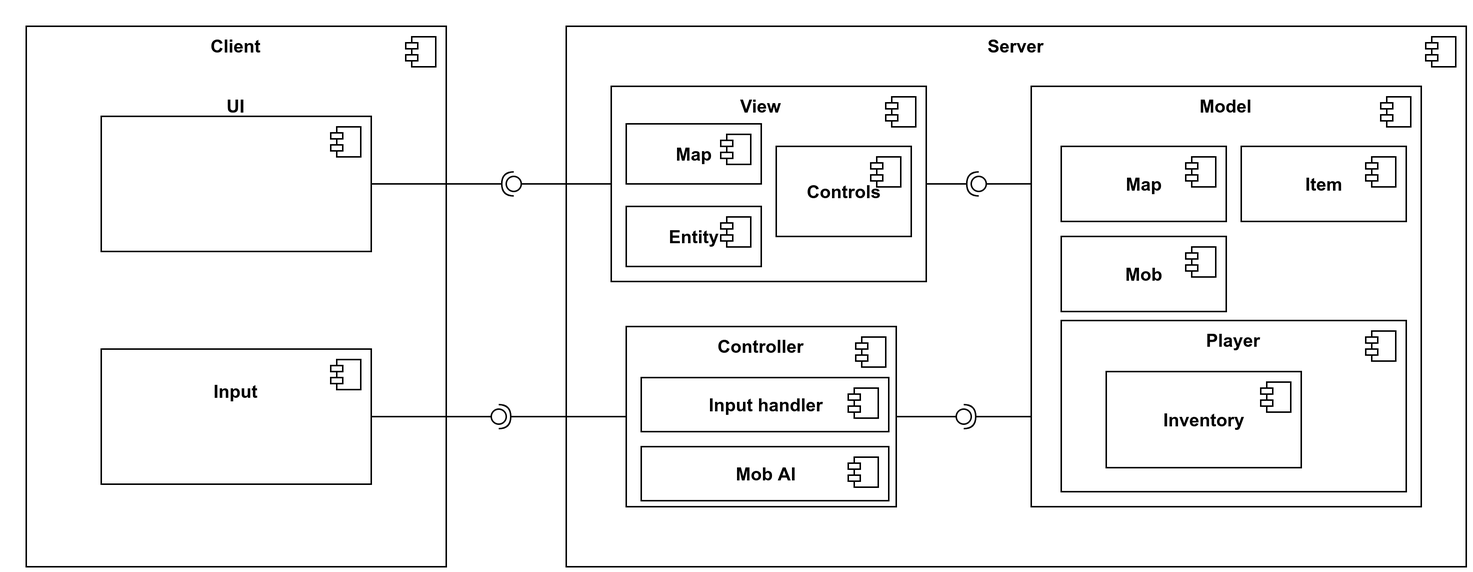
This is docs/components.png from ekiuled/roguelike, a draw.io export, as it was before one commit. Source tidied: cells renumbered, new cells last; positions are measured from the earlier drawing's top-left corner, leaving out a move shared by most shapes.
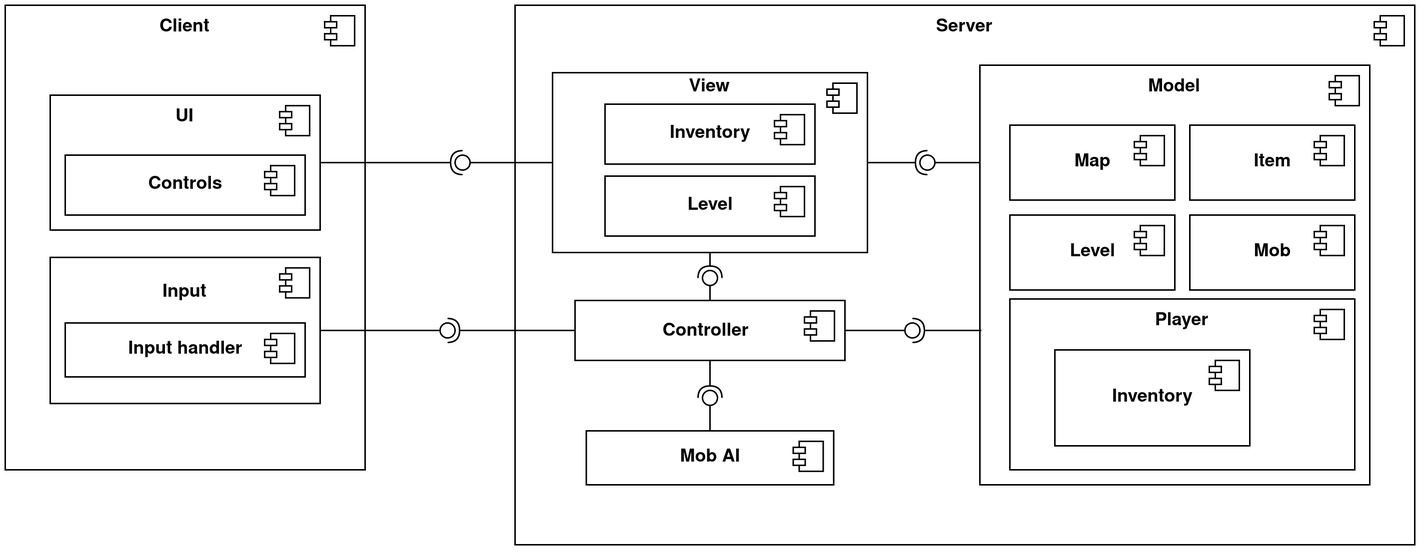
After the change.

The edit, as a diff of the source:
```diff
@@ -3,7 +3,7 @@
     <mxCell id="0" />
     <mxCell id="1" parent="0" />
     <mxCell id="2" style="html=1;" parent="1" vertex="1">
-      <mxGeometry width="280" height="360" as="geometry" />
+      <mxGeometry x="20" width="240" height="310" as="geometry" />
     </mxCell>
     <mxCell id="3" style="shape=module;jettyWidth=8;jettyHeight=4;" parent="2" vertex="1">
       <mxGeometry x="1" width="20" height="20" relative="1" as="geometry">
@@ -33,7 +33,7 @@
       </mxGeometry>
     </mxCell>
     <mxCell id="10" style="html=1;" parent="1" vertex="1">
-      <mxGeometry x="50" y="215" width="180" height="90" as="geometry" />
+      <mxGeometry x="50" y="168.2" width="180" height="97.5" as="geometry" />
     </mxCell>
     <mxCell id="11" style="shape=module;jettyWidth=8;jettyHeight=4;" parent="10" vertex="1">
       <mxGeometry x="1" width="20" height="20" relative="1" as="geometry">
@@ -41,33 +41,22 @@
       </mxGeometry>
     </mxCell>
     <mxCell id="12" value="UI" style="text;align=center;fontStyle=1;verticalAlign=middle;spacingLeft=3;spacingRight=3;strokeColor=none;" parent="1" vertex="1">
-      <mxGeometry x="100" y="40" width="80" height="26" as="geometry" />
+      <mxGeometry x="100" y="60" width="80" height="26" as="geometry" />
     </mxCell>
     <mxCell id="13" value="Input" style="text;align=center;fontStyle=1;verticalAlign=middle;spacingLeft=3;spacingRight=3;strokeColor=none;" parent="1" vertex="1">
-      <mxGeometry x="100" y="230" width="80" height="26" as="geometry" />
+      <mxGeometry x="100" y="177" width="80" height="26" as="geometry" />
     </mxCell>
     <mxCell id="14" style="html=1;" parent="1" vertex="1">
-      <mxGeometry x="390" y="40" width="210" height="130" as="geometry" />
+      <mxGeometry x="385" y="45" width="210" height="120" as="geometry" />
     </mxCell>
     <mxCell id="15" style="shape=module;jettyWidth=8;jettyHeight=4;" parent="14" vertex="1">
       <mxGeometry x="1" width="20" height="20" relative="1" as="geometry">
         <mxPoint x="-27" y="7" as="offset" />
       </mxGeometry>
     </mxCell>
-    <mxCell id="16" style="html=1;" parent="1" vertex="1">
-      <mxGeometry x="400" y="200" width="180" height="120" as="geometry" />
-    </mxCell>
-    <mxCell id="17" style="shape=module;jettyWidth=8;jettyHeight=4;" parent="16" vertex="1">
-      <mxGeometry x="1" width="20" height="20" relative="1" as="geometry">
-        <mxPoint x="-27" y="7" as="offset" />
-      </mxGeometry>
-    </mxCell>
     <mxCell id="18" value="View" style="text;align=center;fontStyle=1;verticalAlign=middle;spacingLeft=3;spacingRight=3;strokeColor=none;" parent="1" vertex="1">
       <mxGeometry x="450" y="40" width="80" height="26" as="geometry" />
     </mxCell>
-    <mxCell id="19" value="Controller" style="text;align=center;fontStyle=1;verticalAlign=middle;spacingLeft=3;spacingRight=3;strokeColor=none;" parent="1" vertex="1">
-      <mxGeometry x="450" y="200" width="80" height="26" as="geometry" />
-    </mxCell>
     <mxCell id="20" style="html=1;" parent="1" vertex="1">
       <mxGeometry x="670" y="40" width="260" height="280" as="geometry" />
     </mxCell>
@@ -86,7 +75,7 @@
       <mxGeometry relative="1" as="geometry" />
     </mxCell>
     <mxCell id="25" style="ellipse;whiteSpace=wrap;html=1;fontFamily=Helvetica;fontSize=12;fontColor=#000000;align=center;strokeColor=#000000;fillColor=#ffffff;points=[];" parent="1" vertex="1">
-      <mxGeometry x="310" y="255" width="10" height="10" as="geometry" />
+      <mxGeometry x="310" y="212" width="10" height="10" as="geometry" />
     </mxCell>
     <mxCell id="26" style="rounded=0;jettySize=auto;html=1;endArrow=none;endFill=0;exitX=0;exitY=0.5;exitDx=0;exitDy=0;" parent="1" edge="1" source="14" target="28">
       <mxGeometry relative="1" as="geometry" />
@@ -102,11 +91,11 @@
     </mxCell>
     <mxCell id="30" style="rounded=0;jettySize=auto;html=1;endArrow=halfCircle;endFill=0;entryX=0.5;entryY=0.5;entryDx=0;entryDy=0;endSize=6;strokeWidth=1;" parent="1" edge="1" target="31">
       <mxGeometry relative="1" as="geometry">
-        <mxPoint x="670" y="260" as="sourcePoint" />
+        <mxPoint x="671" y="217" as="sourcePoint" />
       </mxGeometry>
     </mxCell>
     <mxCell id="31" style="ellipse;whiteSpace=wrap;html=1;fontFamily=Helvetica;fontSize=12;fontColor=#000000;align=center;strokeColor=#000000;fillColor=#ffffff;points=[];" parent="1" vertex="1">
-      <mxGeometry x="620" y="255" width="10" height="10" as="geometry" />
+      <mxGeometry x="620" y="212" width="10" height="10" as="geometry" />
     </mxCell>
     <mxCell id="32" style="rounded=0;jettySize=auto;html=1;endArrow=none;endFill=0;exitX=0.001;exitY=0.232;exitDx=0;exitDy=0;exitPerimeter=0;" parent="1" edge="1" source="20" target="34">
       <mxGeometry relative="1" as="geometry" />
@@ -126,7 +115,7 @@
       </mxGeometry>
     </mxCell>
     <mxCell id="37" value="&lt;b&gt;Mob&lt;/b&gt;" style="html=1;" parent="1" vertex="1">
-      <mxGeometry x="690" y="140" width="110" height="50" as="geometry" />
+      <mxGeometry x="810" y="140" width="110" height="50" as="geometry" />
     </mxCell>
     <mxCell id="38" style="shape=module;jettyWidth=8;jettyHeight=4;" parent="37" vertex="1">
       <mxGeometry x="1" width="20" height="20" relative="1" as="geometry">
@@ -160,24 +149,8 @@
         <mxPoint x="-27" y="7" as="offset" />
       </mxGeometry>
     </mxCell>
-    <mxCell id="46" value="&lt;b&gt;Map&lt;/b&gt;" style="html=1;" parent="1" vertex="1">
-      <mxGeometry x="400" y="65" width="90" height="40" as="geometry" />
-    </mxCell>
-    <mxCell id="47" style="shape=module;jettyWidth=8;jettyHeight=4;" parent="46" vertex="1">
-      <mxGeometry x="1" width="20" height="20" relative="1" as="geometry">
-        <mxPoint x="-27" y="7" as="offset" />
-      </mxGeometry>
-    </mxCell>
-    <mxCell id="48" value="&lt;b&gt;Entity&lt;/b&gt;" style="html=1;" parent="1" vertex="1">
-      <mxGeometry x="400" y="120" width="90" height="40" as="geometry" />
-    </mxCell>
-    <mxCell id="49" style="shape=module;jettyWidth=8;jettyHeight=4;" parent="48" vertex="1">
-      <mxGeometry x="1" width="20" height="20" relative="1" as="geometry">
-        <mxPoint x="-27" y="7" as="offset" />
-      </mxGeometry>
-    </mxCell>
     <mxCell id="50" value="&lt;b&gt;Controls&lt;/b&gt;" style="html=1;" parent="1" vertex="1">
-      <mxGeometry x="500" y="80" width="90" height="60" as="geometry" />
+      <mxGeometry x="60" y="100" width="160" height="40" as="geometry" />
     </mxCell>
     <mxCell id="51" style="shape=module;jettyWidth=8;jettyHeight=4;" parent="50" vertex="1">
       <mxGeometry x="1" width="20" height="20" relative="1" as="geometry">
@@ -185,7 +158,7 @@
       </mxGeometry>
     </mxCell>
     <mxCell id="52" value="&lt;b&gt;Mob AI&lt;/b&gt;" style="html=1;" parent="1" vertex="1">
-      <mxGeometry x="410" y="280" width="165" height="36" as="geometry" />
+      <mxGeometry x="407.5" y="284" width="165" height="36" as="geometry" />
     </mxCell>
     <mxCell id="53" style="shape=module;jettyWidth=8;jettyHeight=4;" parent="52" vertex="1">
       <mxGeometry x="1" width="20" height="20" relative="1" as="geometry">
@@ -193,12 +166,71 @@
       </mxGeometry>
     </mxCell>
     <mxCell id="54" value="&lt;b&gt;Input handler&lt;/b&gt;" style="html=1;" parent="1" vertex="1">
-      <mxGeometry x="410" y="234" width="165" height="36" as="geometry" />
+      <mxGeometry x="60" y="212" width="160" height="36" as="geometry" />
     </mxCell>
     <mxCell id="55" style="shape=module;jettyWidth=8;jettyHeight=4;" parent="54" vertex="1">
       <mxGeometry x="1" width="20" height="20" relative="1" as="geometry">
         <mxPoint x="-27" y="7" as="offset" />
       </mxGeometry>
     </mxCell>
+    <mxCell id="56" style="edgeStyle=orthogonalEdgeStyle;rounded=0;orthogonalLoop=1;jettySize=auto;html=1;exitX=0.5;exitY=1;exitDx=0;exitDy=0;" parent="1" edge="1" source="14" target="14">
+      <mxGeometry relative="1" as="geometry" />
+    </mxCell>
+    <mxCell id="57" value="&lt;b&gt;Inventory&lt;/b&gt;" style="html=1;" parent="1" vertex="1">
+      <mxGeometry x="420" y="66" width="140" height="40" as="geometry" />
+    </mxCell>
+    <mxCell id="58" style="shape=module;jettyWidth=8;jettyHeight=4;" parent="57" vertex="1">
+      <mxGeometry x="1" width="20" height="20" relative="1" as="geometry">
+        <mxPoint x="-27" y="7" as="offset" />
+      </mxGeometry>
+    </mxCell>
+    <mxCell id="59" style="group;" parent="1" vertex="1">
+      <mxGeometry x="400" y="197" width="180" height="40" as="geometry" />
+    </mxCell>
+    <mxCell id="16" style="html=1;" parent="59" vertex="1">
+      <mxGeometry width="180" height="40" as="geometry" />
+    </mxCell>
+    <mxCell id="17" style="shape=module;jettyWidth=8;jettyHeight=4;" parent="16" vertex="1">
+      <mxGeometry x="1" width="20" height="20" relative="1" as="geometry">
+        <mxPoint x="-27" y="7" as="offset" />
+      </mxGeometry>
+    </mxCell>
+    <mxCell id="19" value="Controller" style="text;align=center;fontStyle=1;verticalAlign=middle;spacingLeft=3;spacingRight=3;strokeColor=none;" parent="59" vertex="1">
+      <mxGeometry x="47.5" y="6" width="80" height="26" as="geometry" />
+    </mxCell>
+    <mxCell id="60" style="rounded=0;jettySize=auto;html=1;endArrow=none;endFill=0;exitX=0.5;exitY=0;exitDx=0;exitDy=0;" parent="1" edge="1" source="52" target="62">
+      <mxGeometry relative="1" as="geometry" />
+    </mxCell>
+    <mxCell id="61" style="rounded=0;jettySize=auto;html=1;endArrow=halfCircle;endFill=0;entryX=0.5;entryY=0.5;entryDx=0;entryDy=0;endSize=6;strokeWidth=1;exitX=0.5;exitY=1;exitDx=0;exitDy=0;" parent="1" edge="1" source="16" target="62">
+      <mxGeometry relative="1" as="geometry" />
+    </mxCell>
+    <mxCell id="62" style="ellipse;whiteSpace=wrap;html=1;fontFamily=Helvetica;fontSize=12;fontColor=#000000;align=center;strokeColor=#000000;fillColor=#ffffff;points=[];" parent="1" vertex="1">
+      <mxGeometry x="485" y="257" width="10" height="10" as="geometry" />
+    </mxCell>
+    <mxCell id="63" value="&lt;b&gt;Level&lt;/b&gt;" style="html=1;" parent="1" vertex="1">
+      <mxGeometry x="690" y="140" width="110" height="50" as="geometry" />
+    </mxCell>
+    <mxCell id="64" style="shape=module;jettyWidth=8;jettyHeight=4;" parent="63" vertex="1">
+      <mxGeometry x="1" width="20" height="20" relative="1" as="geometry">
+        <mxPoint x="-27" y="7" as="offset" />
+      </mxGeometry>
+    </mxCell>
+    <mxCell id="65" style="rounded=0;jettySize=auto;html=1;endArrow=none;endFill=0;exitX=0.5;exitY=0;exitDx=0;exitDy=0;" parent="1" edge="1" source="16" target="67">
+      <mxGeometry relative="1" as="geometry" />
+    </mxCell>
+    <mxCell id="66" style="rounded=0;jettySize=auto;html=1;endArrow=halfCircle;endFill=0;entryX=0.5;entryY=0.5;entryDx=0;entryDy=0;endSize=6;strokeWidth=1;exitX=0.5;exitY=1;exitDx=0;exitDy=0;" parent="1" edge="1" source="14" target="67">
+      <mxGeometry relative="1" as="geometry" />
+    </mxCell>
+    <mxCell id="67" style="ellipse;whiteSpace=wrap;html=1;fontFamily=Helvetica;fontSize=12;fontColor=#000000;align=center;strokeColor=#000000;fillColor=#ffffff;points=[];" parent="1" vertex="1">
+      <mxGeometry x="485" y="177" width="10" height="10" as="geometry" />
+    </mxCell>
+    <mxCell id="68" value="&lt;b&gt;Level&lt;/b&gt;" style="html=1;" parent="1" vertex="1">
+      <mxGeometry x="420" y="114" width="140" height="40" as="geometry" />
+    </mxCell>
+    <mxCell id="69" style="shape=module;jettyWidth=8;jettyHeight=4;" parent="68" vertex="1">
+      <mxGeometry x="1" width="20" height="20" relative="1" as="geometry">
+        <mxPoint x="-27" y="7" as="offset" />
+      </mxGeometry>
+    </mxCell>
   </root>
 </mxGraphModel>
```
